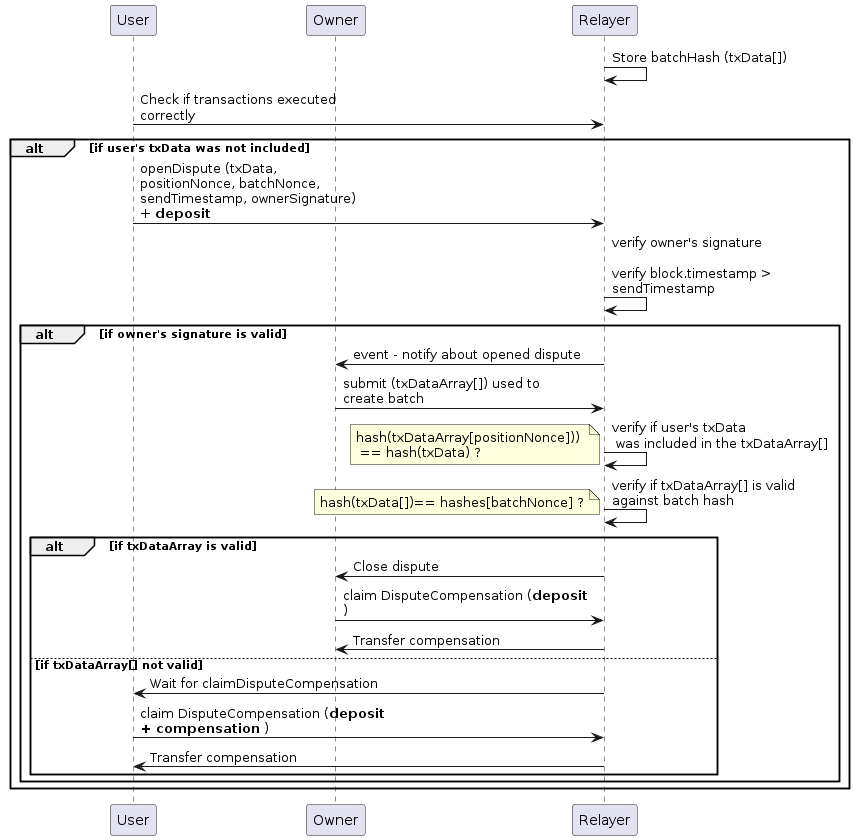
ollie041114/account-abstraction-test keeps this PlantUML diagram as out/UMLs/dispute/dispute.png. Above is the earlier version.
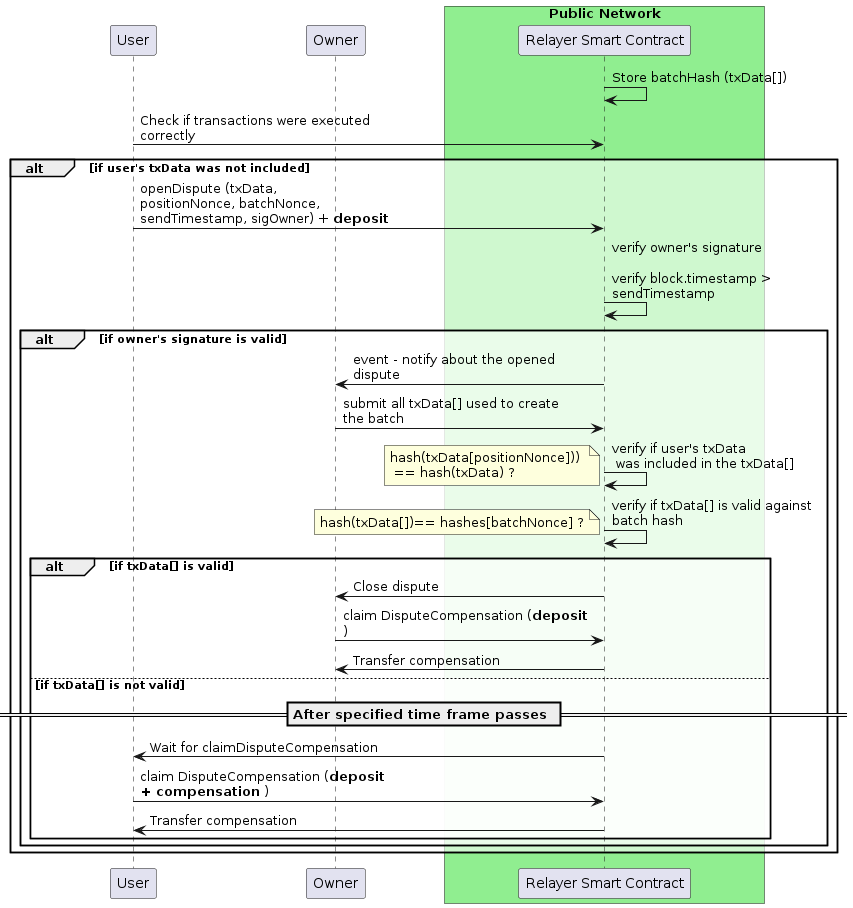
The same diagram one commit later.

Change to the diagram source:
```diff
@@ -1,33 +1,36 @@
 @startuml
 skinparam maxMessageSize 230
 skinparam ParticipantPadding 70
+skinparam SequenceGroupBodyBackgroundColor #FFFFFF90
 
 participant User
 participant Owner
-participant Relayer
-
+box "Public Network" #LightGreen
+participant "Relayer Smart Contract" as Relayer
+end box
 
 Relayer -> Relayer: Store batchHash (txData[])
 
 
-User -> Relayer: Check if transactions executed correctly
+User -> Relayer: Check if transactions were executed correctly
 alt if user's txData was not included
-    User -> Relayer: openDispute (txData, positionNonce, batchNonce, sendTimestamp, ownerSignature) + **deposit**
+    User -> Relayer: openDispute (txData, positionNonce, batchNonce, sendTimestamp, sigOwner) + **deposit**
     Relayer -> Relayer: verify owner's signature \n\nverify block.timestamp > sendTimestamp
     alt if owner's signature is valid
-        Relayer -> Owner: event - notify about opened dispute
-        Owner -> Relayer: submit (txDataArray[]) used to create batch
+        Relayer -> Owner: event - notify about the opened dispute
+        Owner -> Relayer: submit all txData[] used to create the batch
 
-        Relayer -> Relayer: verify if user's txData \n was included in the txDataArray[]
-        note left: hash(txDataArray[positionNonce])) \n == hash(txData) ?
-        Relayer -> Relayer: verify if txDataArray[] is valid against batch hash
+        Relayer -> Relayer: verify if user's txData \n was included in the txData[]
+        note left: hash(txData[positionNonce])) \n == hash(txData) ?
+        Relayer -> Relayer: verify if txData[] is valid against batch hash
         note left: hash(txData[])== hashes[batchNonce] ?
 
-        alt if txDataArray is valid
+        alt if txData[] is valid
             Relayer -> Owner: Close dispute
             Owner -> Relayer: claim DisputeCompensation (**deposit**)
             Relayer -> Owner: Transfer compensation
-        else if txDataArray[] not valid
+        else if txData[] is not valid
+            == After specified time frame passes ==
             Relayer -> User: Wait for claimDisputeCompensation
             User -> Relayer: claim DisputeCompensation (**deposit + compensation** )
             Relayer -> User: Transfer compensation
```
